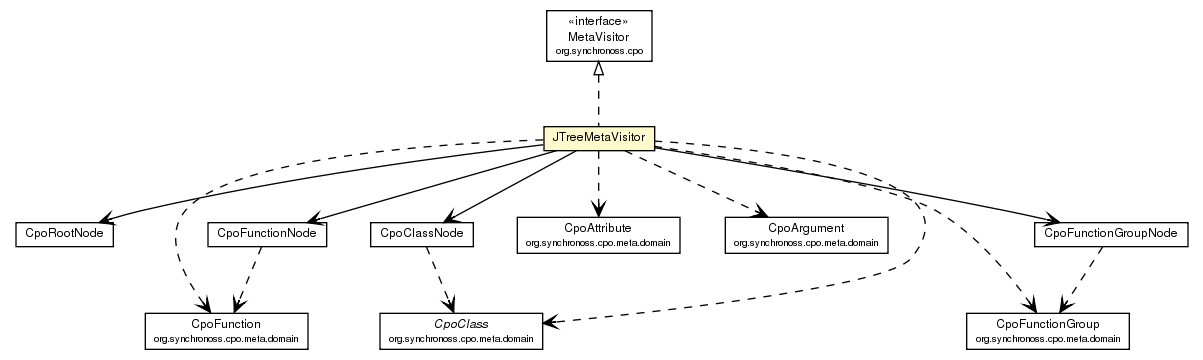
Before: site/apidocs/org/synchronoss/cpo/util/JTreeMetaVisitor.png, a diagram exported from Graphviz (synchronoss/cpo-util). Its source is kept beside it as site/apidocs/org/synchronoss/cpo/util/JTreeMetaVisitor.dot.
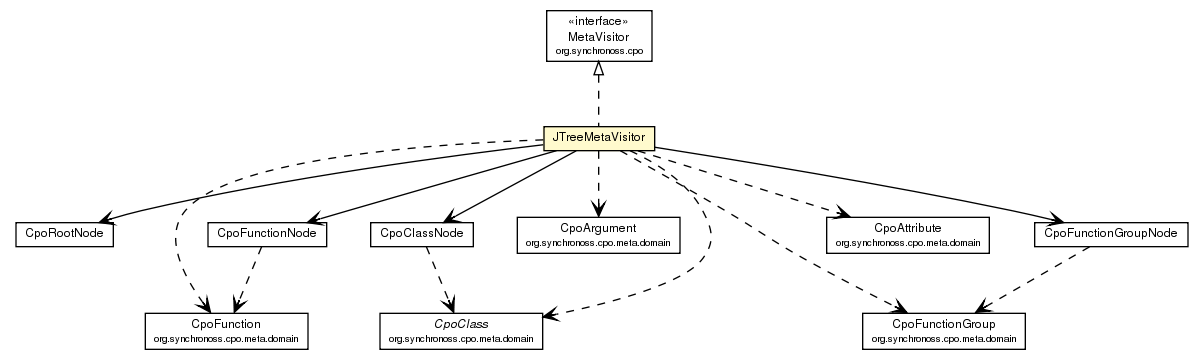
After the change.

The edit, as a diff of the source:
```diff
@@ -35,24 +35,24 @@
 	c1707:p -> c1765:p [taillabel="", label="", headlabel="", fontname="Helvetica", fontcolor="black", fontsize=10.0, color="black", arrowhead=open, style=dashed];
 	c1707:p -> c1766:p [taillabel="", label="", headlabel="", fontname="Helvetica", fontcolor="black", fontsize=10.0, color="black", arrowhead=open, style=dashed];
 	c1707:p -> c1767:p [taillabel="", label="", headlabel="", fontname="Helvetica", fontcolor="black", fontsize=10.0, color="black", arrowhead=open, style=dashed];
-	c1707:p -> c1769:p [taillabel="", label="", headlabel="", fontname="Helvetica", fontcolor="black", fontsize=10.0, color="black", arrowhead=open, style=dashed];
+	c1707:p -> c1768:p [taillabel="", label="", headlabel="", fontname="Helvetica", fontcolor="black", fontsize=10.0, color="black", arrowhead=open, style=dashed];
 	c1707:p -> c1770:p [taillabel="", label="", headlabel="", fontname="Helvetica", fontcolor="black", fontsize=10.0, color="black", arrowhead=open, style=dashed];
 	c1721:p -> c1767:p [taillabel="", label="", headlabel="", fontname="Helvetica", fontcolor="black", fontsize=10.0, color="black", arrowhead=open, style=dashed];
-	c1723:p -> c1770:p [taillabel="", label="", headlabel="", fontname="Helvetica", fontcolor="black", fontsize=10.0, color="black", arrowhead=open, style=dashed];
-	c1728:p -> c1769:p [taillabel="", label="", headlabel="", fontname="Helvetica", fontcolor="black", fontsize=10.0, color="black", arrowhead=open, style=dashed];
-	c1770 [label=<<table border="0" cellborder="1" cellspacing="0" cellpadding="2" port="p" href="http://java.sun.com/j2se/1.4.2/docs/api/org/synchronoss/cpo/meta/domain/CpoClass.html">
+	c1723:p -> c1766:p [taillabel="", label="", headlabel="", fontname="Helvetica", fontcolor="black", fontsize=10.0, color="black", arrowhead=open, style=dashed];
+	c1728:p -> c1770:p [taillabel="", label="", headlabel="", fontname="Helvetica", fontcolor="black", fontsize=10.0, color="black", arrowhead=open, style=dashed];
+	c1766 [label=<<table border="0" cellborder="1" cellspacing="0" cellpadding="2" port="p" href="http://java.sun.com/j2se/1.4.2/docs/api/org/synchronoss/cpo/meta/domain/CpoClass.html">
 		<tr><td><table border="0" cellspacing="0" cellpadding="1">
 			<tr><td><font face="Helvetica-Oblique"> CpoClass </font></td></tr>
 			<tr><td><font point-size="7.0"> org.synchronoss.cpo.meta.domain </font></td></tr>
 		</table></td></tr>
 		</table>>, fontname="Helvetica", fontcolor="black", fontsize=9.0];
-	c1766 [label=<<table border="0" cellborder="1" cellspacing="0" cellpadding="2" port="p" href="http://java.sun.com/j2se/1.4.2/docs/api/org/synchronoss/cpo/meta/domain/CpoArgument.html">
+	c1765 [label=<<table border="0" cellborder="1" cellspacing="0" cellpadding="2" port="p" href="http://java.sun.com/j2se/1.4.2/docs/api/org/synchronoss/cpo/meta/domain/CpoArgument.html">
 		<tr><td><table border="0" cellspacing="0" cellpadding="1">
 			<tr><td> CpoArgument </td></tr>
 			<tr><td><font point-size="7.0"> org.synchronoss.cpo.meta.domain </font></td></tr>
 		</table></td></tr>
 		</table>>, fontname="Helvetica", fontcolor="black", fontsize=9.0];
-	c1765 [label=<<table border="0" cellborder="1" cellspacing="0" cellpadding="2" port="p" href="http://java.sun.com/j2se/1.4.2/docs/api/org/synchronoss/cpo/meta/domain/CpoAttribute.html">
+	c1768 [label=<<table border="0" cellborder="1" cellspacing="0" cellpadding="2" port="p" href="http://java.sun.com/j2se/1.4.2/docs/api/org/synchronoss/cpo/meta/domain/CpoAttribute.html">
 		<tr><td><table border="0" cellspacing="0" cellpadding="1">
 			<tr><td> CpoAttribute </td></tr>
 			<tr><td><font point-size="7.0"> org.synchronoss.cpo.meta.domain </font></td></tr>
@@ -64,7 +64,7 @@
 			<tr><td><font point-size="7.0"> org.synchronoss.cpo.meta.domain </font></td></tr>
 		</table></td></tr>
 		</table>>, fontname="Helvetica", fontcolor="black", fontsize=9.0];
-	c1769 [label=<<table border="0" cellborder="1" cellspacing="0" cellpadding="2" port="p" href="http://java.sun.com/j2se/1.4.2/docs/api/org/synchronoss/cpo/meta/domain/CpoFunctionGroup.html">
+	c1770 [label=<<table border="0" cellborder="1" cellspacing="0" cellpadding="2" port="p" href="http://java.sun.com/j2se/1.4.2/docs/api/org/synchronoss/cpo/meta/domain/CpoFunctionGroup.html">
 		<tr><td><table border="0" cellspacing="0" cellpadding="1">
 			<tr><td> CpoFunctionGroup </td></tr>
 			<tr><td><font point-size="7.0"> org.synchronoss.cpo.meta.domain </font></td></tr>
```
